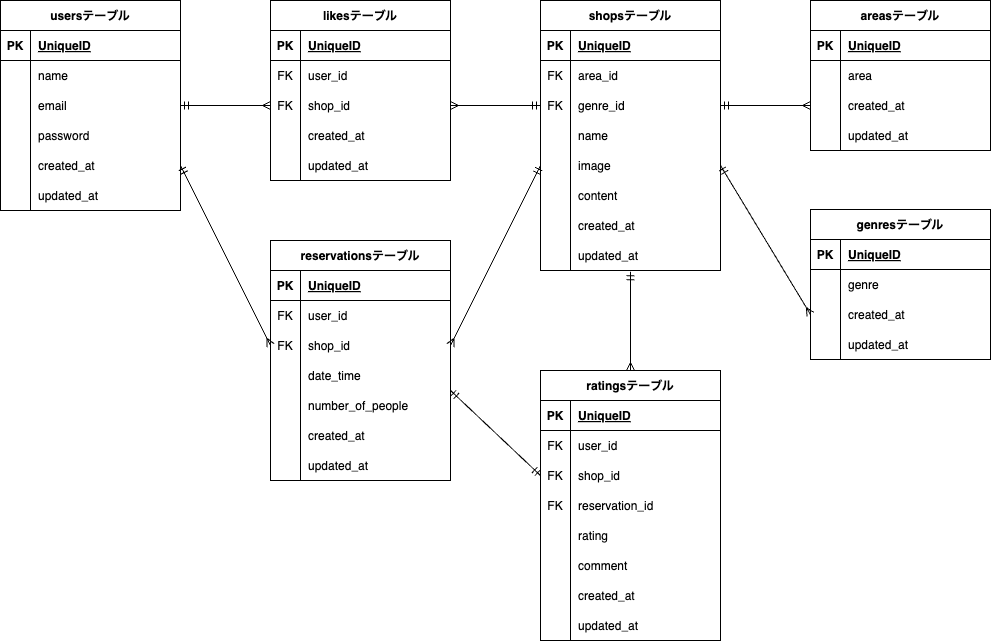
This is er.drawio.png from nanaka-miura/Restaurant-reservation-app, a draw.io export, as it was before one commit. Source tidied: cells renumbered, new cells last; positions are measured from the earlier drawing's top-left corner, leaving out a move shared by most shapes.
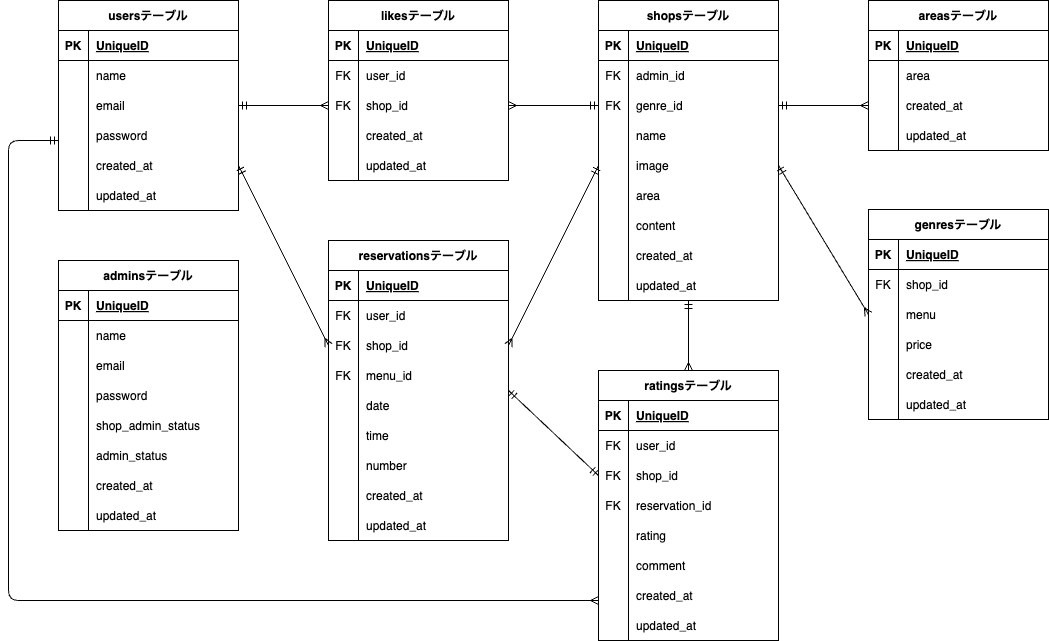
Above is the later version.

The edit, as a diff of the source:
```diff
@@ -62,3 +62,3 @@
     <mxCell id="21" value="shopsテーブル" style="shape=table;startSize=30;rowLines=0;fontStyle=1;align=center;" parent="1" vertex="1">
-      <mxGeometry x="540" width="180" height="270" as="geometry" />
+      <mxGeometry x="540" width="180" height="300" as="geometry" />
     </mxCell>
@@ -79,3 +79,3 @@
     </mxCell>
-    <mxCell id="27" value="area_id" style="shape=partialRectangle;fillColor=none;top=0;left=0;bottom=0;right=0;align=left;spacingLeft=6;overflow=hidden;" parent="25" vertex="1">
+    <mxCell id="27" value="admin_id" style="shape=partialRectangle;fillColor=none;top=0;left=0;bottom=0;right=0;align=left;spacingLeft=6;overflow=hidden;" parent="25" vertex="1">
       <mxGeometry x="30" width="150" height="30" as="geometry" />
@@ -115,3 +115,3 @@
     </mxCell>
-    <mxCell id="39" value="content" style="shape=partialRectangle;fillColor=none;top=0;left=0;bottom=0;right=0;align=left;spacingLeft=6;overflow=hidden;" parent="37" vertex="1">
+    <mxCell id="39" value="area" style="shape=partialRectangle;fillColor=none;top=0;left=0;bottom=0;right=0;align=left;spacingLeft=6;overflow=hidden;" parent="37" vertex="1">
       <mxGeometry x="30" width="150" height="30" as="geometry" />
@@ -124,3 +124,3 @@
     </mxCell>
-    <mxCell id="42" value="created_at" style="shape=partialRectangle;fillColor=none;top=0;left=0;bottom=0;right=0;align=left;spacingLeft=6;overflow=hidden;" parent="40" vertex="1">
+    <mxCell id="42" value="content" style="shape=partialRectangle;fillColor=none;top=0;left=0;bottom=0;right=0;align=left;spacingLeft=6;overflow=hidden;" parent="40" vertex="1">
       <mxGeometry x="30" width="150" height="30" as="geometry" />
@@ -133,7 +133,16 @@
     </mxCell>
-    <mxCell id="45" value="updated_at" style="shape=partialRectangle;fillColor=none;top=0;left=0;bottom=0;right=0;align=left;spacingLeft=6;overflow=hidden;" parent="43" vertex="1">
+    <mxCell id="45" value="created_at" style="shape=partialRectangle;fillColor=none;top=0;left=0;bottom=0;right=0;align=left;spacingLeft=6;overflow=hidden;" parent="43" vertex="1">
       <mxGeometry x="30" width="150" height="30" as="geometry" />
     </mxCell>
+    <mxCell id="143" style="shape=tableRow;horizontal=0;startSize=0;swimlaneHead=0;swimlaneBody=0;fillColor=none;top=0;left=0;right=0;bottom=0;" parent="21" vertex="1">
+      <mxGeometry y="270" width="180" height="30" as="geometry" />
+    </mxCell>
+    <mxCell id="144" style="shape=partialRectangle;fillColor=none;top=0;left=0;bottom=0;right=0;overflow=hidden;" parent="143" vertex="1">
+      <mxGeometry width="30" height="30" as="geometry" />
+    </mxCell>
+    <mxCell id="145" value="updated_at" style="shape=partialRectangle;fillColor=none;top=0;left=0;bottom=0;right=0;align=left;spacingLeft=6;overflow=hidden;" parent="143" vertex="1">
+      <mxGeometry x="30" width="150" height="30" as="geometry" />
+    </mxCell>
     <mxCell id="46" value="genresテーブル" style="shape=table;startSize=30;rowLines=0;fontStyle=1;align=center;" parent="1" vertex="1">
-      <mxGeometry x="810" y="209" width="180" height="150" as="geometry" />
+      <mxGeometry x="810" y="209" width="180" height="210" as="geometry" />
     </mxCell>
@@ -151,6 +160,6 @@
     </mxCell>
-    <mxCell id="51" style="shape=partialRectangle;fillColor=none;top=0;left=0;bottom=0;right=0;overflow=hidden;" parent="50" vertex="1">
+    <mxCell id="51" value="FK" style="shape=partialRectangle;fillColor=none;top=0;left=0;bottom=0;right=0;overflow=hidden;" parent="50" vertex="1">
       <mxGeometry width="30" height="30" as="geometry" />
     </mxCell>
-    <mxCell id="52" value="genre" style="shape=partialRectangle;fillColor=none;top=0;left=0;bottom=0;right=0;align=left;spacingLeft=6;overflow=hidden;" parent="50" vertex="1">
+    <mxCell id="52" value="shop_id" style="shape=partialRectangle;fillColor=none;top=0;left=0;bottom=0;right=0;align=left;spacingLeft=6;overflow=hidden;" parent="50" vertex="1">
       <mxGeometry x="30" width="150" height="30" as="geometry" />
@@ -163,3 +172,3 @@
     </mxCell>
-    <mxCell id="55" value="created_at" style="shape=partialRectangle;fillColor=none;top=0;left=0;bottom=0;right=0;align=left;spacingLeft=6;overflow=hidden;" parent="53" vertex="1">
+    <mxCell id="55" value="menu" style="shape=partialRectangle;fillColor=none;top=0;left=0;bottom=0;right=0;align=left;spacingLeft=6;overflow=hidden;" parent="53" vertex="1">
       <mxGeometry x="30" width="150" height="30" as="geometry" />
@@ -172,5 +181,23 @@
     </mxCell>
-    <mxCell id="58" value="updated_at" style="shape=partialRectangle;fillColor=none;top=0;left=0;bottom=0;right=0;align=left;spacingLeft=6;overflow=hidden;" parent="56" vertex="1">
+    <mxCell id="58" value="price" style="shape=partialRectangle;fillColor=none;top=0;left=0;bottom=0;right=0;align=left;spacingLeft=6;overflow=hidden;" parent="56" vertex="1">
       <mxGeometry x="30" width="150" height="30" as="geometry" />
     </mxCell>
+    <mxCell id="146" style="shape=tableRow;horizontal=0;startSize=0;swimlaneHead=0;swimlaneBody=0;fillColor=none;top=0;left=0;right=0;bottom=0;" parent="46" vertex="1">
+      <mxGeometry y="150" width="180" height="30" as="geometry" />
+    </mxCell>
+    <mxCell id="147" style="shape=partialRectangle;fillColor=none;top=0;left=0;bottom=0;right=0;overflow=hidden;" parent="146" vertex="1">
+      <mxGeometry width="30" height="30" as="geometry" />
+    </mxCell>
+    <mxCell id="148" value="created_at" style="shape=partialRectangle;fillColor=none;top=0;left=0;bottom=0;right=0;align=left;spacingLeft=6;overflow=hidden;" parent="146" vertex="1">
+      <mxGeometry x="30" width="150" height="30" as="geometry" />
+    </mxCell>
+    <mxCell id="149" style="shape=tableRow;horizontal=0;startSize=0;swimlaneHead=0;swimlaneBody=0;fillColor=none;top=0;left=0;right=0;bottom=0;" parent="46" vertex="1">
+      <mxGeometry y="180" width="180" height="30" as="geometry" />
+    </mxCell>
+    <mxCell id="150" style="shape=partialRectangle;fillColor=none;top=0;left=0;bottom=0;right=0;overflow=hidden;" parent="149" vertex="1">
+      <mxGeometry width="30" height="30" as="geometry" />
+    </mxCell>
+    <mxCell id="151" value="updated_at" style="shape=partialRectangle;fillColor=none;top=0;left=0;bottom=0;right=0;align=left;spacingLeft=6;overflow=hidden;" parent="149" vertex="1">
+      <mxGeometry x="30" width="150" height="30" as="geometry" />
+    </mxCell>
     <mxCell id="59" value="areasテーブル" style="shape=table;startSize=30;rowLines=0;fontStyle=1;align=center;" parent="1" vertex="1">
@@ -263,3 +290,3 @@
     <mxCell id="88" value="reservationsテーブル" style="shape=table;startSize=30;rowLines=0;fontStyle=1;align=center;" parent="1" vertex="1">
-      <mxGeometry x="270" y="240" width="180" height="240" as="geometry" />
+      <mxGeometry x="270" y="240" width="180" height="300" as="geometry" />
     </mxCell>
@@ -295,6 +322,6 @@
     </mxCell>
-    <mxCell id="99" style="shape=partialRectangle;fillColor=none;top=0;left=0;bottom=0;right=0;overflow=hidden;" parent="98" vertex="1">
+    <mxCell id="99" value="FK" style="shape=partialRectangle;fillColor=none;top=0;left=0;bottom=0;right=0;overflow=hidden;" parent="98" vertex="1">
       <mxGeometry width="30" height="30" as="geometry" />
     </mxCell>
-    <mxCell id="100" value="date_time" style="shape=partialRectangle;fillColor=none;top=0;left=0;bottom=0;right=0;align=left;spacingLeft=6;overflow=hidden;" parent="98" vertex="1">
+    <mxCell id="100" value="menu_id" style="shape=partialRectangle;fillColor=none;top=0;left=0;bottom=0;right=0;align=left;spacingLeft=6;overflow=hidden;" parent="98" vertex="1">
       <mxGeometry x="30" width="150" height="30" as="geometry" />
@@ -307,3 +334,3 @@
     </mxCell>
-    <mxCell id="103" value="number_of_people" style="shape=partialRectangle;fillColor=none;top=0;left=0;bottom=0;right=0;align=left;spacingLeft=6;overflow=hidden;" parent="101" vertex="1">
+    <mxCell id="103" value="date" style="shape=partialRectangle;fillColor=none;top=0;left=0;bottom=0;right=0;align=left;spacingLeft=6;overflow=hidden;" parent="101" vertex="1">
       <mxGeometry x="30" width="150" height="30" as="geometry" />
@@ -316,3 +343,3 @@
     </mxCell>
-    <mxCell id="106" value="created_at" style="shape=partialRectangle;fillColor=none;top=0;left=0;bottom=0;right=0;align=left;spacingLeft=6;overflow=hidden;" parent="104" vertex="1">
+    <mxCell id="106" value="time" style="shape=partialRectangle;fillColor=none;top=0;left=0;bottom=0;right=0;align=left;spacingLeft=6;overflow=hidden;" parent="104" vertex="1">
       <mxGeometry x="30" width="150" height="30" as="geometry" />
@@ -325,5 +352,23 @@
     </mxCell>
-    <mxCell id="109" value="updated_at" style="shape=partialRectangle;fillColor=none;top=0;left=0;bottom=0;right=0;align=left;spacingLeft=6;overflow=hidden;" parent="107" vertex="1">
+    <mxCell id="109" value="number" style="shape=partialRectangle;fillColor=none;top=0;left=0;bottom=0;right=0;align=left;spacingLeft=6;overflow=hidden;" parent="107" vertex="1">
       <mxGeometry x="30" width="150" height="30" as="geometry" />
     </mxCell>
+    <mxCell id="152" style="shape=tableRow;horizontal=0;startSize=0;swimlaneHead=0;swimlaneBody=0;fillColor=none;top=0;left=0;right=0;bottom=0;" parent="88" vertex="1">
+      <mxGeometry y="240" width="180" height="30" as="geometry" />
+    </mxCell>
+    <mxCell id="153" style="shape=partialRectangle;fillColor=none;top=0;left=0;bottom=0;right=0;overflow=hidden;" parent="152" vertex="1">
+      <mxGeometry width="30" height="30" as="geometry" />
+    </mxCell>
+    <mxCell id="154" value="created_at" style="shape=partialRectangle;fillColor=none;top=0;left=0;bottom=0;right=0;align=left;spacingLeft=6;overflow=hidden;" parent="152" vertex="1">
+      <mxGeometry x="30" width="150" height="30" as="geometry" />
+    </mxCell>
+    <mxCell id="155" style="shape=tableRow;horizontal=0;startSize=0;swimlaneHead=0;swimlaneBody=0;fillColor=none;top=0;left=0;right=0;bottom=0;" parent="88" vertex="1">
+      <mxGeometry y="270" width="180" height="30" as="geometry" />
+    </mxCell>
+    <mxCell id="156" style="shape=partialRectangle;fillColor=none;top=0;left=0;bottom=0;right=0;overflow=hidden;" parent="155" vertex="1">
+      <mxGeometry width="30" height="30" as="geometry" />
+    </mxCell>
+    <mxCell id="157" value="updated_at" style="shape=partialRectangle;fillColor=none;top=0;left=0;bottom=0;right=0;align=left;spacingLeft=6;overflow=hidden;" parent="155" vertex="1">
+      <mxGeometry x="30" width="150" height="30" as="geometry" />
+    </mxCell>
     <mxCell id="110" style="edgeStyle=none;html=1;exitX=0;exitY=0.5;exitDx=0;exitDy=0;entryX=1;entryY=0.5;entryDx=0;entryDy=0;startArrow=ERmany;startFill=0;endArrow=ERmandOne;endFill=0;" parent="1" edge="1" source="79" target="9">
@@ -348,4 +393,6 @@
     </mxCell>
-    <mxCell id="116" style="edgeStyle=none;html=1;exitX=0.5;exitY=0;exitDx=0;exitDy=0;startArrow=ERmany;startFill=0;endArrow=ERmandOne;endFill=0;entryX=0.5;entryY=1.044;entryDx=0;entryDy=0;entryPerimeter=0;" parent="1" edge="1" source="117" target="43">
-      <mxGeometry relative="1" as="geometry" />
+    <mxCell id="116" style="edgeStyle=none;html=1;exitX=0.5;exitY=0;exitDx=0;exitDy=0;startArrow=ERmany;startFill=0;endArrow=ERmandOne;endFill=0;" parent="1" edge="1" source="117">
+      <mxGeometry relative="1" as="geometry">
+        <mxPoint x="630" y="300" as="targetPoint" />
+      </mxGeometry>
     </mxCell>
@@ -429,2 +476,87 @@
     </mxCell>
+    <mxCell id="158" value="adminsテーブル" style="shape=table;startSize=30;rowLines=0;fontStyle=1;align=center;" parent="1" vertex="1">
+      <mxGeometry y="260" width="180" height="270" as="geometry" />
+    </mxCell>
+    <mxCell id="159" style="shape=tableRow;horizontal=0;startSize=0;swimlaneHead=0;swimlaneBody=0;fillColor=none;top=0;left=0;right=0;bottom=1;" parent="158" vertex="1">
+      <mxGeometry y="30" width="180" height="30" as="geometry" />
+    </mxCell>
+    <mxCell id="160" value="PK" style="shape=partialRectangle;fillColor=none;top=0;left=0;bottom=0;right=0;fontStyle=1;overflow=hidden;" parent="159" vertex="1">
+      <mxGeometry width="30" height="30" as="geometry" />
+    </mxCell>
+    <mxCell id="161" value="UniqueID" style="shape=partialRectangle;fillColor=none;top=0;left=0;bottom=0;right=0;align=left;spacingLeft=6;fontStyle=5;overflow=hidden;" parent="159" vertex="1">
+      <mxGeometry x="30" width="150" height="30" as="geometry" />
+    </mxCell>
+    <mxCell id="162" style="shape=tableRow;horizontal=0;startSize=0;swimlaneHead=0;swimlaneBody=0;fillColor=none;top=0;left=0;right=0;bottom=0;" parent="158" vertex="1">
+      <mxGeometry y="60" width="180" height="30" as="geometry" />
+    </mxCell>
+    <mxCell id="163" style="shape=partialRectangle;fillColor=none;top=0;left=0;bottom=0;right=0;overflow=hidden;" parent="162" vertex="1">
+      <mxGeometry width="30" height="30" as="geometry" />
+    </mxCell>
+    <mxCell id="164" value="name" style="shape=partialRectangle;fillColor=none;top=0;left=0;bottom=0;right=0;align=left;spacingLeft=6;overflow=hidden;" parent="162" vertex="1">
+      <mxGeometry x="30" width="150" height="30" as="geometry" />
+    </mxCell>
+    <mxCell id="165" style="shape=tableRow;horizontal=0;startSize=0;swimlaneHead=0;swimlaneBody=0;fillColor=none;top=0;left=0;right=0;bottom=0;" parent="158" vertex="1">
+      <mxGeometry y="90" width="180" height="30" as="geometry" />
+    </mxCell>
+    <mxCell id="166" style="shape=partialRectangle;fillColor=none;top=0;left=0;bottom=0;right=0;overflow=hidden;" parent="165" vertex="1">
+      <mxGeometry width="30" height="30" as="geometry" />
+    </mxCell>
+    <mxCell id="167" value="email" style="shape=partialRectangle;fillColor=none;top=0;left=0;bottom=0;right=0;align=left;spacingLeft=6;overflow=hidden;" parent="165" vertex="1">
+      <mxGeometry x="30" width="150" height="30" as="geometry" />
+    </mxCell>
+    <mxCell id="168" style="shape=tableRow;horizontal=0;startSize=0;swimlaneHead=0;swimlaneBody=0;fillColor=none;top=0;left=0;right=0;bottom=0;" parent="158" vertex="1">
+      <mxGeometry y="120" width="180" height="30" as="geometry" />
+    </mxCell>
+    <mxCell id="169" style="shape=partialRectangle;fillColor=none;top=0;left=0;bottom=0;right=0;overflow=hidden;" parent="168" vertex="1">
+      <mxGeometry width="30" height="30" as="geometry" />
+    </mxCell>
+    <mxCell id="170" value="password" style="shape=partialRectangle;fillColor=none;top=0;left=0;bottom=0;right=0;align=left;spacingLeft=6;overflow=hidden;" parent="168" vertex="1">
+      <mxGeometry x="30" width="150" height="30" as="geometry" />
+    </mxCell>
+    <mxCell id="171" style="shape=tableRow;horizontal=0;startSize=0;swimlaneHead=0;swimlaneBody=0;fillColor=none;top=0;left=0;right=0;bottom=0;" parent="158" vertex="1">
+      <mxGeometry y="150" width="180" height="30" as="geometry" />
+    </mxCell>
+    <mxCell id="172" style="shape=partialRectangle;fillColor=none;top=0;left=0;bottom=0;right=0;overflow=hidden;" parent="171" vertex="1">
+      <mxGeometry width="30" height="30" as="geometry" />
+    </mxCell>
+    <mxCell id="173" value="shop_admin_status" style="shape=partialRectangle;fillColor=none;top=0;left=0;bottom=0;right=0;align=left;spacingLeft=6;overflow=hidden;" parent="171" vertex="1">
+      <mxGeometry x="30" width="150" height="30" as="geometry" />
+    </mxCell>
+    <mxCell id="174" style="shape=tableRow;horizontal=0;startSize=0;swimlaneHead=0;swimlaneBody=0;fillColor=none;top=0;left=0;right=0;bottom=0;" parent="158" vertex="1">
+      <mxGeometry y="180" width="180" height="30" as="geometry" />
+    </mxCell>
+    <mxCell id="175" style="shape=partialRectangle;fillColor=none;top=0;left=0;bottom=0;right=0;overflow=hidden;" parent="174" vertex="1">
+      <mxGeometry width="30" height="30" as="geometry" />
+    </mxCell>
+    <mxCell id="176" value="admin_status" style="shape=partialRectangle;fillColor=none;top=0;left=0;bottom=0;right=0;align=left;spacingLeft=6;overflow=hidden;" parent="174" vertex="1">
+      <mxGeometry x="30" width="150" height="30" as="geometry" />
+    </mxCell>
+    <mxCell id="177" style="shape=tableRow;horizontal=0;startSize=0;swimlaneHead=0;swimlaneBody=0;fillColor=none;top=0;left=0;right=0;bottom=0;" parent="158" vertex="1">
+      <mxGeometry y="210" width="180" height="30" as="geometry" />
+    </mxCell>
+    <mxCell id="178" style="shape=partialRectangle;fillColor=none;top=0;left=0;bottom=0;right=0;overflow=hidden;" parent="177" vertex="1">
+      <mxGeometry width="30" height="30" as="geometry" />
+    </mxCell>
+    <mxCell id="179" value="created_at" style="shape=partialRectangle;fillColor=none;top=0;left=0;bottom=0;right=0;align=left;spacingLeft=6;overflow=hidden;" parent="177" vertex="1">
+      <mxGeometry x="30" width="150" height="30" as="geometry" />
+    </mxCell>
+    <mxCell id="180" style="shape=tableRow;horizontal=0;startSize=0;swimlaneHead=0;swimlaneBody=0;fillColor=none;top=0;left=0;right=0;bottom=0;" parent="158" vertex="1">
+      <mxGeometry y="240" width="180" height="30" as="geometry" />
+    </mxCell>
+    <mxCell id="181" style="shape=partialRectangle;fillColor=none;top=0;left=0;bottom=0;right=0;overflow=hidden;" parent="180" vertex="1">
+      <mxGeometry width="30" height="30" as="geometry" />
+    </mxCell>
+    <mxCell id="182" value="updated_at" style="shape=partialRectangle;fillColor=none;top=0;left=0;bottom=0;right=0;align=left;spacingLeft=6;overflow=hidden;" parent="180" vertex="1">
+      <mxGeometry x="30" width="150" height="30" as="geometry" />
+    </mxCell>
+    <mxCell id="183" style="edgeStyle=none;html=1;startArrow=ERmany;startFill=0;endArrow=ERmandOne;endFill=0;" parent="1" edge="1">
+      <mxGeometry relative="1" as="geometry">
+        <mxPoint x="540" y="600" as="sourcePoint" />
+        <mxPoint y="140" as="targetPoint" />
+        <Array as="points">
+          <mxPoint x="-50" y="600" />
+          <mxPoint x="-50" y="140" />
+        </Array>
+      </mxGeometry>
+    </mxCell>
   </root>
```
